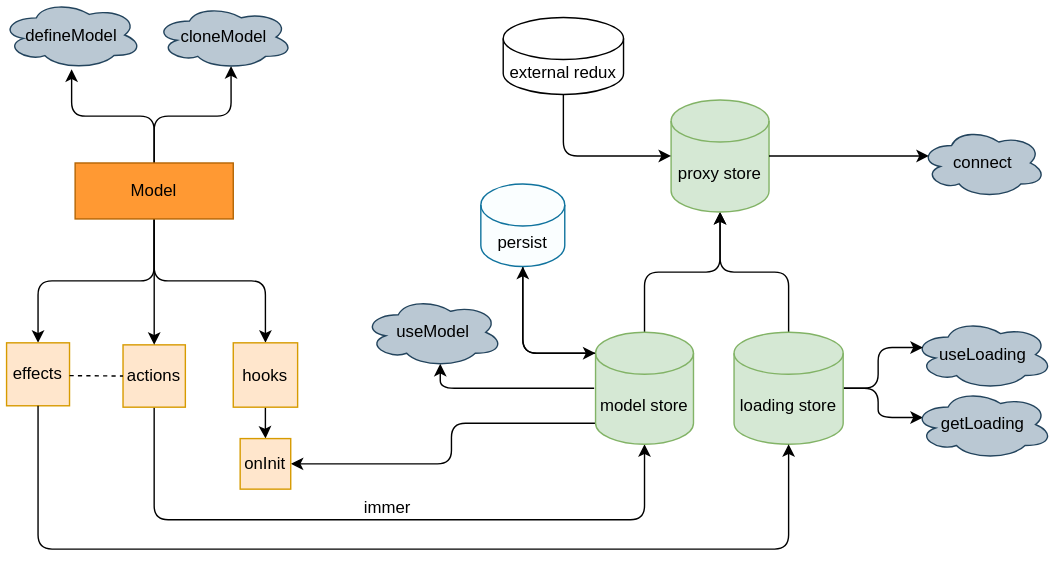
The draw.io diagram docs/mindMap.svg in foca-js/foca, before a commit. Source tidied: cells renumbered, new cells last; positions are measured from the earlier drawing's top-left corner, leaving out a move shared by most shapes.
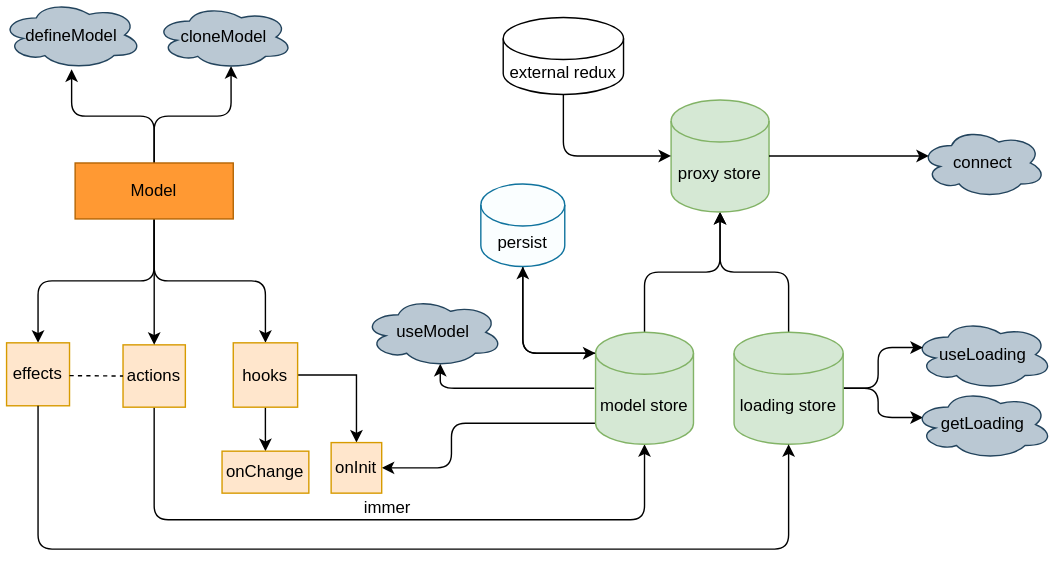
After the change.

Commit message:
docs: update mind map

Change to the diagram source:
```diff
@@ -32,13 +32,16 @@
       <mxGeometry x="53" y="116" width="113" height="40" as="geometry" />
     </mxCell>
     <mxCell id="10" value="effects" style="whiteSpace=wrap;html=1;fillColor=#ffe6cc;strokeColor=#d79b00;" parent="1" vertex="1">
-      <mxGeometry x="4" y="244.6" width="45" height="45" as="geometry" />
+      <mxGeometry x="4" y="244.5" width="45" height="45" as="geometry" />
     </mxCell>
     <mxCell id="11" style="edgeStyle=orthogonalEdgeStyle;rounded=0;jettySize=auto;html=1;fontSize=16;" parent="1" edge="1" source="12" target="29">
       <mxGeometry relative="1" as="geometry" />
     </mxCell>
+    <mxCell id="38" style="edgeStyle=orthogonalEdgeStyle;rounded=0;jettySize=auto;html=1;entryX=0.5;entryY=0;entryDx=0;entryDy=0;" parent="1" edge="1" source="12" target="41">
+      <mxGeometry relative="1" as="geometry" />
+    </mxCell>
     <mxCell id="12" value="hooks" style="whiteSpace=wrap;html=1;fillColor=#ffe6cc;strokeColor=#d79b00;" parent="1" vertex="1">
-      <mxGeometry x="166" y="244.6" width="46" height="46" as="geometry" />
+      <mxGeometry x="166" y="244.5" width="46" height="46" as="geometry" />
     </mxCell>
     <mxCell id="13" value="connect" style="ellipse;shape=cloud;whiteSpace=wrap;html=1;shadow=0;fillColor=#bac8d3;strokeColor=#23445d;" parent="1" vertex="1">
       <mxGeometry x="657" y="91" width="90" height="50" as="geometry" />
@@ -58,19 +61,19 @@
     <mxCell id="18" value="loading store" style="shape=cylinder3;whiteSpace=wrap;html=1;boundedLbl=1;backgroundOutline=1;size=15;shadow=0;strokeColor=#82b366;fillColor=#d5e8d4;" parent="1" vertex="1">
       <mxGeometry x="524" y="237" width="78" height="80" as="geometry" />
     </mxCell>
-    <mxCell id="19" style="edgeStyle=orthogonalEdgeStyle;rounded=1;jettySize=auto;html=1;entryX=0.55;entryY=0.95;entryDx=0;entryDy=0;entryPerimeter=0;" parent="1" edge="1" target="26">
-      <mxGeometry relative="1" as="geometry">
-        <mxPoint x="424" y="277" as="sourcePoint" />
-        <Array as="points">
-          <mxPoint x="314" y="277" />
-        </Array>
-      </mxGeometry>
-    </mxCell>
+    <mxCell id="39" style="edgeStyle=orthogonalEdgeStyle;rounded=1;jettySize=auto;html=1;entryX=0.55;entryY=0.95;entryDx=0;entryDy=0;entryPerimeter=0;" parent="1" edge="1" target="26">
+      <mxGeometry relative="1" as="geometry">
+        <mxPoint x="424" y="277" as="sourcePoint" />
+        <Array as="points">
+          <mxPoint x="314" y="277" />
+        </Array>
+      </mxGeometry>
+    </mxCell>
-    <mxCell id="20" style="edgeStyle=orthogonalEdgeStyle;rounded=1;jettySize=auto;html=1;entryX=1;entryY=0.5;entryDx=0;entryDy=0;exitX=0;exitY=1;exitDx=0;exitDy=-15;exitPerimeter=0;" parent="1" edge="1" source="23" target="29">
+    <mxCell id="20" style="edgeStyle=orthogonalEdgeStyle;rounded=1;jettySize=auto;html=1;exitX=0;exitY=1;exitDx=0;exitDy=-15;exitPerimeter=0;entryX=1;entryY=0.5;entryDx=0;entryDy=0;" parent="1" edge="1" source="23" target="29">
       <mxGeometry relative="1" as="geometry">
         <Array as="points">
           <mxPoint x="322" y="302" />
-          <mxPoint x="322" y="331" />
+          <mxPoint x="322" y="334" />
         </Array>
       </mxGeometry>
     </mxCell>
@@ -103,13 +106,13 @@
       <mxGeometry relative="1" as="geometry" />
     </mxCell>
     <mxCell id="29" value="onInit" style="whiteSpace=wrap;html=1;fillColor=#ffe6cc;strokeColor=#d79b00;" parent="1" vertex="1">
-      <mxGeometry x="171" y="313" width="36.1" height="36.1" as="geometry" />
+      <mxGeometry x="236" y="315.9" width="36.1" height="36.1" as="geometry" />
     </mxCell>
-    <mxCell id="30" style="endArrow=none;dashed=1;html=1;rounded=0;fontSize=16;entryX=0;entryY=0.5;entryDx=0;entryDy=0;" parent="1" edge="1" target="3">
-      <mxGeometry relative="1" as="geometry">
-        <mxPoint x="49" y="268" as="sourcePoint" />
-      </mxGeometry>
-    </mxCell>
+    <mxCell id="40" style="endArrow=none;dashed=1;html=1;rounded=0;fontSize=16;entryX=0;entryY=0.5;entryDx=0;entryDy=0;" parent="1" edge="1" target="3">
+      <mxGeometry relative="1" as="geometry">
+        <mxPoint x="49" y="268" as="sourcePoint" />
+      </mxGeometry>
+    </mxCell>
     <mxCell id="31" value="defineModel" style="ellipse;shape=cloud;whiteSpace=wrap;html=1;fillColor=#bac8d3;rounded=0;shadow=0;strokeColor=#23445d;" parent="1" vertex="1">
       <mxGeometry width="101" height="49" as="geometry" />
     </mxCell>
@@ -131,5 +134,8 @@
     <mxCell id="37" value="immer" style="text;strokeColor=none;fillColor=none;html=1;fontSize=12;fontStyle=0;verticalAlign=middle;align=center;sketch=0;opacity=40;rotation=0;" parent="1" vertex="1">
       <mxGeometry x="236" y="352" width="80" height="22" as="geometry" />
     </mxCell>
+    <mxCell id="41" value="&lt;span&gt;onChange&lt;/span&gt;" style="whiteSpace=wrap;html=1;fillColor=#ffe6cc;strokeColor=#d79b00;" parent="1" vertex="1">
+      <mxGeometry x="158" y="322" width="62" height="30" as="geometry" />
+    </mxCell>
   </root>
 </mxGraphModel>
```
